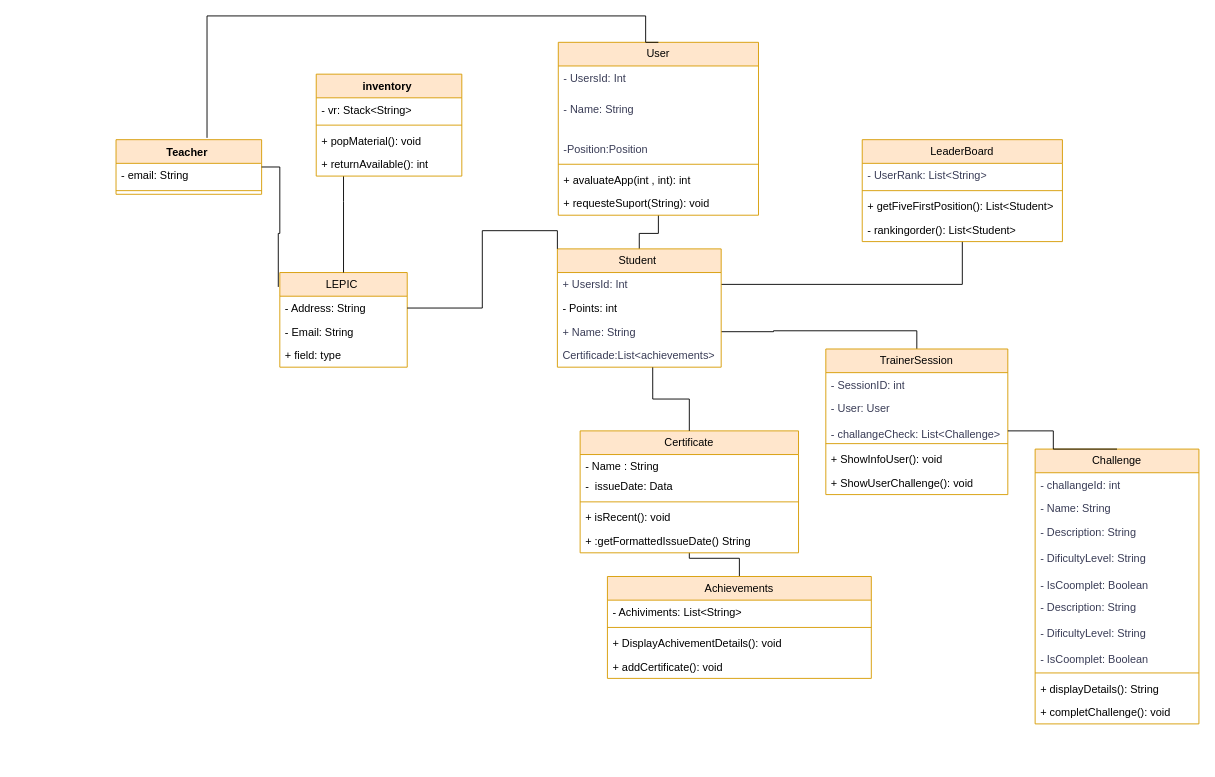
This is src/Model/doc/UML_fiap.drawio from DevCodeMathias/Fiap_challange-2024, a draw.io file, before an edit. Source tidied: cells renumbered, new cells numbered last; positions are measured from the earlier drawing's top-left corner, leaving out a move shared by most shapes. Both pictures are drawn from the tidied source at 91%, with x=0, y=0 at pixel (116, 15).
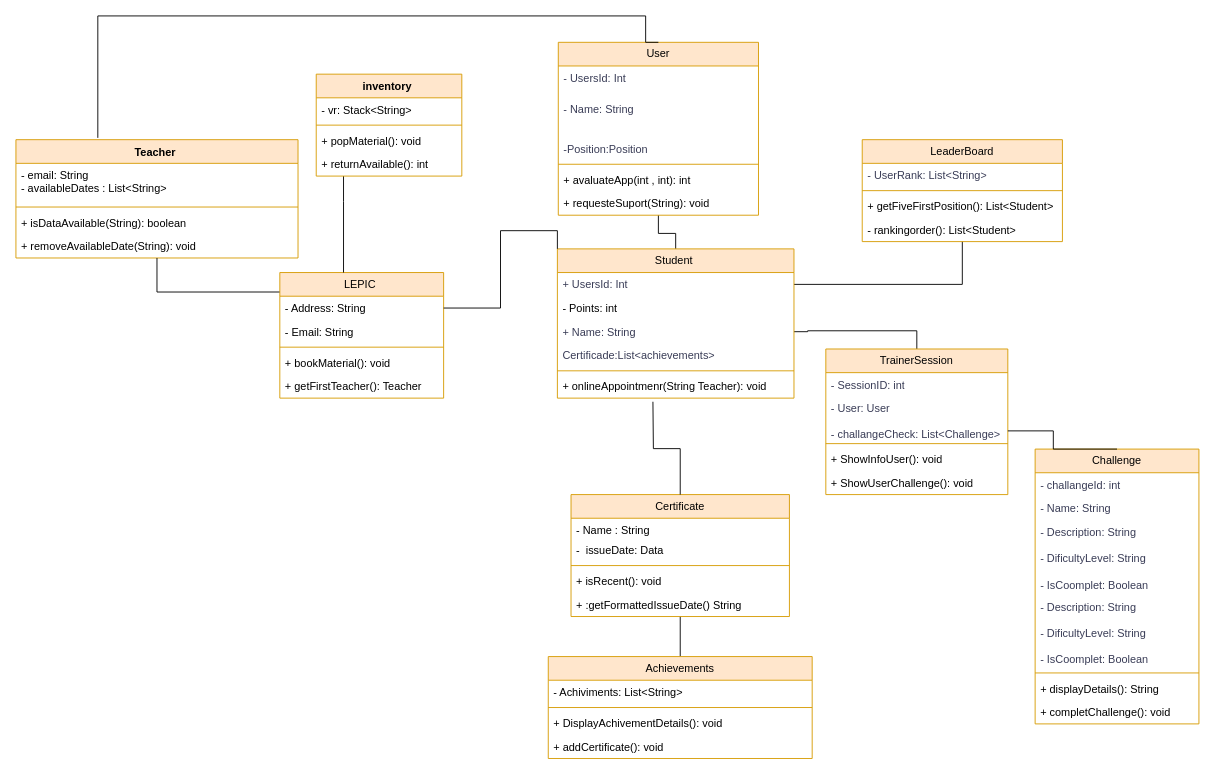
The same page after the edit.

The change refers to these unchanged cells:
```xml
<mxCell id="3" value="User" style="swimlane;fontStyle=0;horizontal=1;startSize=26;fillColor=#ffe6cc;whiteSpace=wrap;html=1;labelBackgroundColor=none;strokeColor=#d79b00;" parent="1" vertex="1">
  <mxGeometry x="486" y="29" width="220" height="190" as="geometry" />
</mxCell>
```

Diff of the diagram source:
```diff
@@
     <mxCell id="34" value="Achievements" style="swimlane;fontStyle=0;horizontal=1;startSize=26;fillColor=#ffe6cc;whiteSpace=wrap;html=1;strokeColor=#d79b00;" parent="1" vertex="1">
-      <mxGeometry x="540" y="616" width="290" height="112" as="geometry" />
+      <mxGeometry x="475" y="704" width="290" height="112" as="geometry" />
     </mxCell>
@@
     <mxCell id="39" value="Certificate" style="swimlane;fontStyle=0;horizontal=1;startSize=26;fillColor=#ffe6cc;whiteSpace=wrap;html=1;strokeColor=#d79b00;" parent="1" vertex="1">
-      <mxGeometry x="510" y="456" width="240" height="134" as="geometry" />
+      <mxGeometry x="500" y="526" width="240" height="134" as="geometry" />
     </mxCell>
@@
     <mxCell id="45" value="Student&amp;nbsp;" style="swimlane;fontStyle=0;horizontal=1;startSize=26;fillColor=#ffe6cc;whiteSpace=wrap;html=1;strokeColor=#d79b00;" parent="1" vertex="1">
-      <mxGeometry x="485" y="256" width="180" height="130" as="geometry" />
+      <mxGeometry x="485" y="256" width="260" height="164" as="geometry" />
     </mxCell>
     <mxCell id="46" value="+ UsersId: Int" style="text;strokeColor=none;fillColor=none;align=left;verticalAlign=top;spacingLeft=4;spacingRight=4;overflow=hidden;points=[[0,0.5],[1,0.5]];portConstraint=eastwest;whiteSpace=wrap;html=1;labelBackgroundColor=none;fontColor=#393C56;" parent="45" vertex="1">
-      <mxGeometry y="26" width="180" height="26" as="geometry" />
+      <mxGeometry y="26" width="260" height="26" as="geometry" />
     </mxCell>
     <mxCell id="47" value="- Points: int&amp;nbsp;" style="text;strokeColor=none;fillColor=none;align=left;verticalAlign=top;spacingLeft=4;spacingRight=4;overflow=hidden;whiteSpace=wrap;html=1;" parent="45" vertex="1">
-      <mxGeometry y="52" width="180" height="26" as="geometry" />
+      <mxGeometry y="52" width="260" height="26" as="geometry" />
     </mxCell>
     <mxCell id="48" value="+ Name: String" style="text;strokeColor=none;fillColor=none;align=left;verticalAlign=top;spacingLeft=4;spacingRight=4;overflow=hidden;points=[[0,0.5],[1,0.5]];portConstraint=eastwest;whiteSpace=wrap;html=1;labelBackgroundColor=none;fontColor=#393C56;" parent="45" vertex="1">
-      <mxGeometry y="78" width="180" height="26" as="geometry" />
+      <mxGeometry y="78" width="260" height="26" as="geometry" />
     </mxCell>
     <mxCell id="49" value="&lt;div style=&quot;color: rgb(57, 60, 86);&quot;&gt;Certificade:List&amp;lt;achievements&amp;gt;&lt;/div&gt;&lt;div&gt;&lt;br&gt;&lt;/div&gt;" style="text;strokeColor=none;fillColor=none;align=left;verticalAlign=top;spacingLeft=4;spacingRight=4;overflow=hidden;points=[[0,0.5],[1,0.5]];portConstraint=eastwest;whiteSpace=wrap;html=1;" parent="45" vertex="1">
-      <mxGeometry y="104" width="180" height="26" as="geometry" />
+      <mxGeometry y="104" width="260" height="26" as="geometry" />
     </mxCell>
+    <mxCell id="67" style="line;strokeWidth=1;fillColor=none;align=left;verticalAlign=middle;spacingTop=-1;spacingLeft=3;spacingRight=3;labelPosition=right;strokeColor=inherit;" parent="45" vertex="1">
+      <mxGeometry y="130" width="260" height="8" as="geometry" />
+    </mxCell>
+    <mxCell id="68" value="+ onlineAppointmenr(String Teacher): void&amp;nbsp;&amp;nbsp;" style="text;strokeColor=none;fillColor=none;align=left;verticalAlign=top;spacingLeft=4;spacingRight=4;overflow=hidden;whiteSpace=wrap;html=1;" parent="45" vertex="1">
+      <mxGeometry y="138" width="260" height="26" as="geometry" />
+    </mxCell>
     <mxCell id="50" value="LEPIC&amp;nbsp;" style="swimlane;fontStyle=0;horizontal=1;startSize=26;fillColor=#ffe6cc;whiteSpace=wrap;html=1;strokeColor=#d79b00;" parent="1" vertex="1">
-      <mxGeometry x="180" y="282" width="140" height="104" as="geometry" />
+      <mxGeometry x="180" y="282" width="180" height="138" as="geometry" />
     </mxCell>
     <mxCell id="51" value="- Address: String" style="text;strokeColor=none;fillColor=none;align=left;verticalAlign=top;spacingLeft=4;spacingRight=4;overflow=hidden;points=[[0,0.5],[1,0.5]];portConstraint=eastwest;whiteSpace=wrap;html=1;" parent="50" vertex="1">
-      <mxGeometry y="26" width="140" height="26" as="geometry" />
+      <mxGeometry y="26" width="180" height="26" as="geometry" />
     </mxCell>
     <mxCell id="52" value="- Email: String" style="text;strokeColor=none;fillColor=none;align=left;verticalAlign=top;spacingLeft=4;spacingRight=4;overflow=hidden;whiteSpace=wrap;html=1;" parent="50" vertex="1">
-      <mxGeometry y="52" width="140" height="26" as="geometry" />
+      <mxGeometry y="52" width="180" height="26" as="geometry" />
     </mxCell>
+    <mxCell id="69" style="line;strokeWidth=1;fillColor=none;align=left;verticalAlign=middle;spacingTop=-1;spacingLeft=3;spacingRight=3;labelPosition=right;strokeColor=inherit;" parent="50" vertex="1">
+      <mxGeometry y="78" width="180" height="8" as="geometry" />
+    </mxCell>
-    <mxCell id="53" value="+ field: type" style="text;strokeColor=none;fillColor=none;align=left;verticalAlign=top;spacingLeft=4;spacingRight=4;overflow=hidden;whiteSpace=wrap;html=1;" parent="50" vertex="1">
-      <mxGeometry y="78" width="140" height="26" as="geometry" />
+    <mxCell id="53" value="+ bookMaterial(): void" style="text;strokeColor=none;fillColor=none;align=left;verticalAlign=top;spacingLeft=4;spacingRight=4;overflow=hidden;whiteSpace=wrap;html=1;" parent="50" vertex="1">
+      <mxGeometry y="86" width="180" height="26" as="geometry" />
     </mxCell>
+    <mxCell id="70" value="+ getFirstTeacher(): Teacher&amp;nbsp;" style="text;strokeColor=none;fillColor=none;align=left;verticalAlign=top;spacingLeft=4;spacingRight=4;overflow=hidden;whiteSpace=wrap;html=1;" parent="50" vertex="1">
+      <mxGeometry y="112" width="180" height="26" as="geometry" />
+    </mxCell>
@@
     <mxCell id="60" value="Teacher&amp;nbsp;" style="swimlane;fontStyle=1;align=center;verticalAlign=top;horizontal=1;startSize=26;whiteSpace=wrap;html=1;fillColor=#ffe6cc;strokeColor=#d79b00;" parent="1" vertex="1">
-      <mxGeometry y="136" width="160" height="60" as="geometry" />
+      <mxGeometry x="-110" y="136" width="310" height="130" as="geometry" />
     </mxCell>
-    <mxCell id="61" value="- email: String" style="text;strokeColor=none;fillColor=none;align=left;verticalAlign=top;spacingLeft=4;spacingRight=4;overflow=hidden;whiteSpace=wrap;html=1;" parent="60" vertex="1">
-      <mxGeometry y="26" width="160" height="26" as="geometry" />
+    <mxCell id="61" value="- email: String&lt;div&gt;- availableDates : List&amp;lt;String&amp;gt;&lt;/div&gt;" style="text;strokeColor=none;fillColor=none;align=left;verticalAlign=top;spacingLeft=4;spacingRight=4;overflow=hidden;whiteSpace=wrap;html=1;" parent="60" vertex="1">
+      <mxGeometry y="26" width="310" height="44" as="geometry" />
     </mxCell>
     <mxCell id="62" style="line;strokeWidth=1;fillColor=none;align=left;verticalAlign=middle;spacingTop=-1;spacingLeft=3;spacingRight=3;labelPosition=right;strokeColor=inherit;" parent="60" vertex="1">
-      <mxGeometry y="52" width="160" height="8" as="geometry" />
+      <mxGeometry y="70" width="310" height="8" as="geometry" />
     </mxCell>
+    <mxCell id="71" value="+ isDataAvailable(String): boolean" style="text;strokeColor=none;fillColor=none;align=left;verticalAlign=top;spacingLeft=4;spacingRight=4;overflow=hidden;whiteSpace=wrap;html=1;" parent="60" vertex="1">
+      <mxGeometry y="78" width="310" height="26" as="geometry" />
+    </mxCell>
+    <mxCell id="72" value="+ removeAvailableDate(String): void&amp;nbsp;" style="text;strokeColor=none;fillColor=none;align=left;verticalAlign=top;spacingLeft=4;spacingRight=4;overflow=hidden;whiteSpace=wrap;html=1;" parent="60" vertex="1">
+      <mxGeometry y="104" width="310" height="26" as="geometry" />
+    </mxCell>
-    <mxCell id="63" style="edgeStyle=orthogonalEdgeStyle;rounded=0;jettySize=auto;html=1;entryX=0.582;entryY=1.008;entryDx=0;entryDy=0;entryPerimeter=0;endArrow=none;endFill=0;" parent="1" edge="1" source="39" target="49">
-      <mxGeometry relative="1" as="geometry" />
+    <mxCell id="63" style="edgeStyle=orthogonalEdgeStyle;rounded=0;jettySize=auto;html=1;endArrow=none;endFill=0;" parent="1" edge="1" source="39">
+      <mxGeometry relative="1" as="geometry">
+        <mxPoint x="590" y="424" as="targetPoint" />
+      </mxGeometry>
     </mxCell>
@@
+    <mxCell id="66" style="edgeStyle=orthogonalEdgeStyle;rounded=0;jettySize=auto;html=1;endArrow=none;endFill=0;entryX=0.5;entryY=0;entryDx=0;entryDy=0;" parent="1" edge="1" target="3">
+      <mxGeometry relative="1" as="geometry">
+        <mxPoint x="-20" y="134" as="sourcePoint" />
+        <Array as="points">
+          <mxPoint x="-20" />
+          <mxPoint x="582" />
+          <mxPoint x="582" y="29" />
+        </Array>
+      </mxGeometry>
+    </mxCell>
-    <mxCell id="65" style="edgeStyle=orthogonalEdgeStyle;rounded=0;jettySize=auto;html=1;entryX=-0.012;entryY=0.152;entryDx=0;entryDy=0;entryPerimeter=0;endArrow=none;endFill=0;" parent="1" edge="1" source="60" target="50">
+    <mxCell id="65" style="edgeStyle=orthogonalEdgeStyle;rounded=0;jettySize=auto;html=1;entryX=-0.002;entryY=0.155;entryDx=0;entryDy=0;entryPerimeter=0;endArrow=none;endFill=0;" parent="1" edge="1" source="60" target="50">
       <mxGeometry relative="1" as="geometry" />
     </mxCell>
-    <mxCell id="66" style="edgeStyle=orthogonalEdgeStyle;rounded=0;jettySize=auto;html=1;endArrow=none;endFill=0;entryX=0.5;entryY=0;entryDx=0;entryDy=0;" parent="1" edge="1" target="3">
-      <mxGeometry relative="1" as="geometry">
-        <mxPoint x="100" y="134" as="sourcePoint" />
-        <Array as="points">
-          <mxPoint x="100" />
-          <mxPoint x="582" />
-          <mxPoint x="582" y="29" />
-        </Array>
-      </mxGeometry>
-    </mxCell>
```
